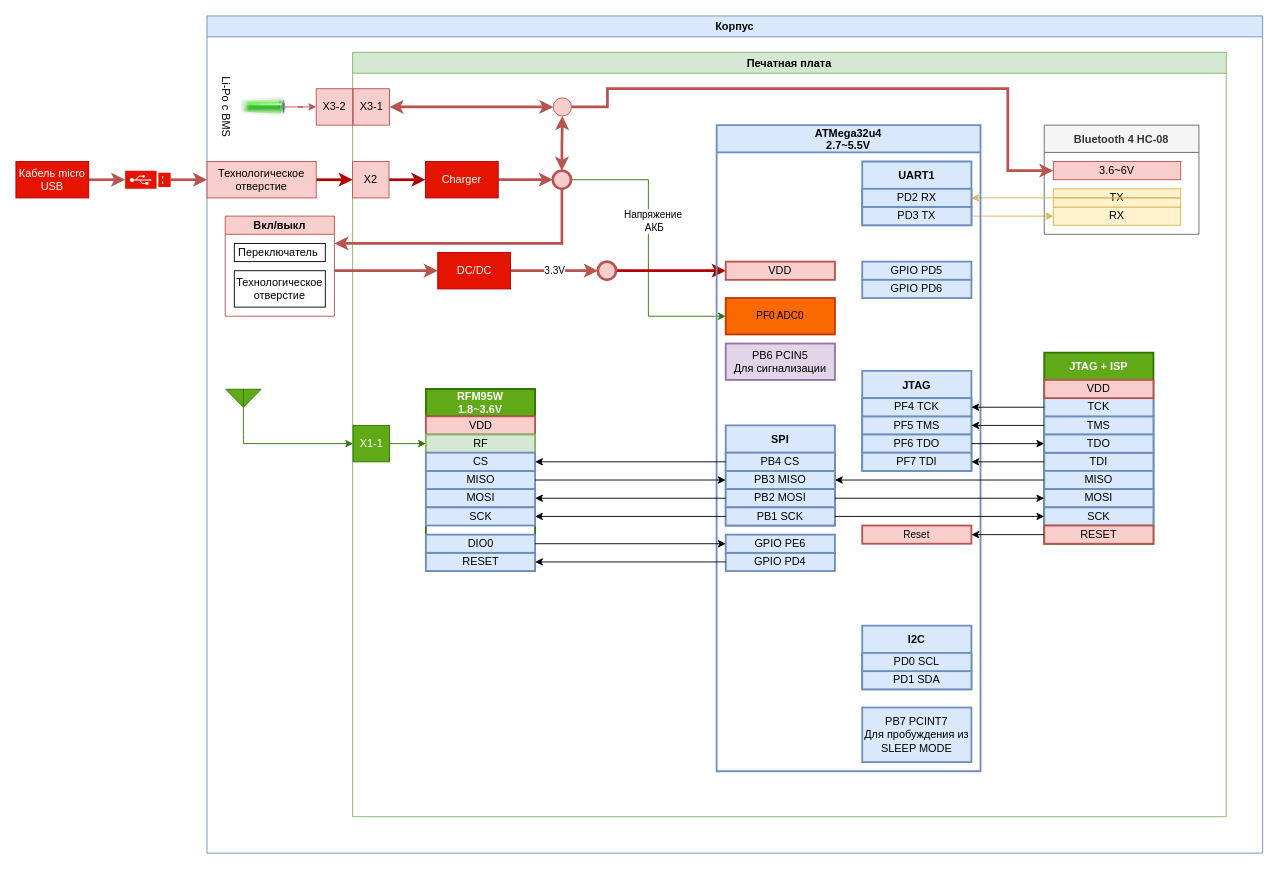
The draw.io diagram doc/Структурная схема Peggy Receiver.drawio in Kvenecusghost/Peggy, before the edit. Source tidied: cells renumbered, new cells numbered last; positions are measured from the earlier drawing's top-left corner, leaving out a move shared by most shapes. Both pictures are drawn from the tidied source at 91%, with x=0, y=0 at pixel (15, 15).
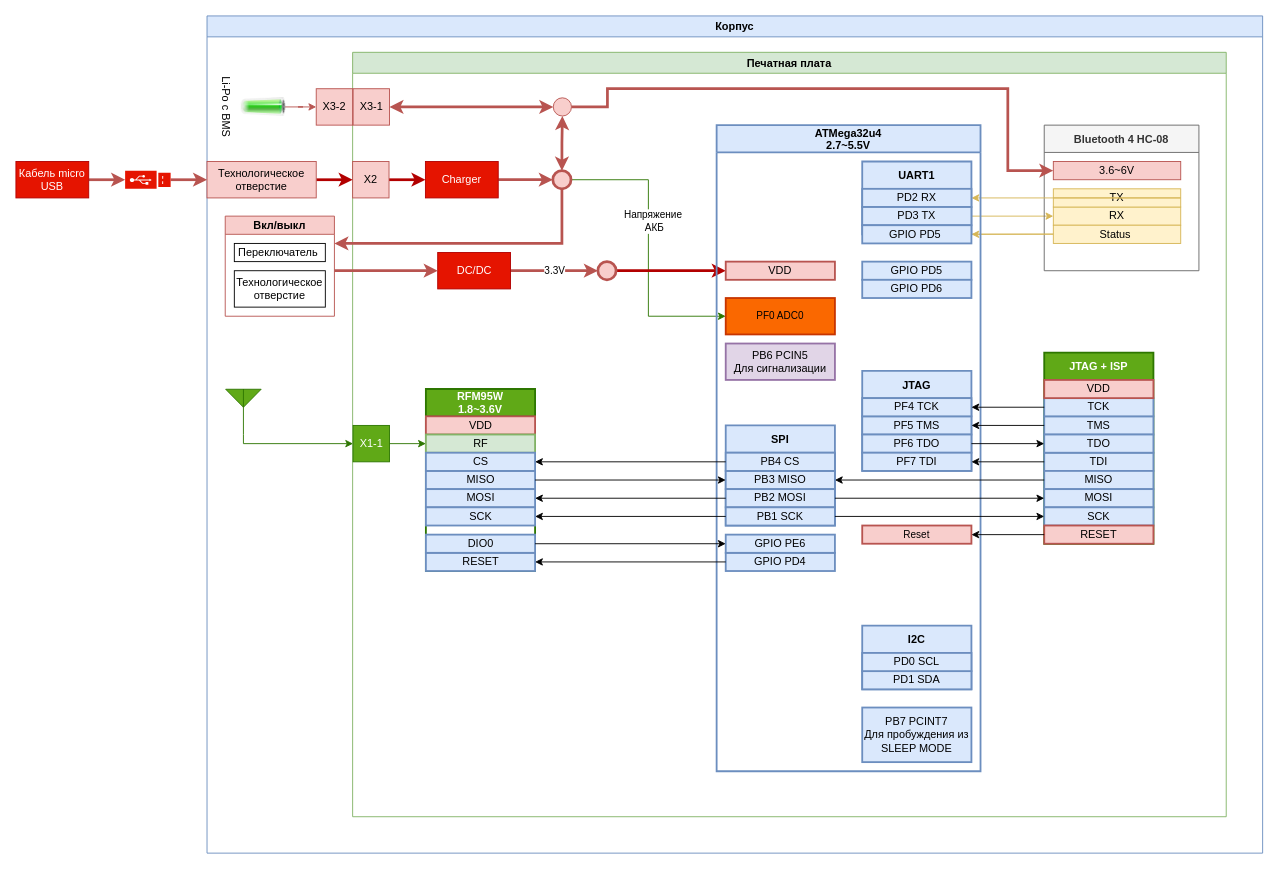
Above is the later version.

The change refers to these unchanged cells:
```xml
<mxCell id="3" value="Печатная плата" style="swimlane;fillColor=#d5e8d4;strokeColor=#82b366;strokeWidth=1;" parent="2" vertex="1">
  <mxGeometry x="160" y="40" width="960" height="840" as="geometry" />
</mxCell>
<mxCell id="27" value="ATMega32u4&#10;2.7~5.5V" style="swimlane;startSize=30;fillColor=#dae8fc;strokeColor=#6c8ebf;strokeWidth=2;" parent="3" vertex="1">
  <mxGeometry x="400" y="80" width="290" height="710" as="geometry" />
</mxCell>
```

Change to the diagram source:
```diff
@@
     <mxCell id="13" value="Bluetooth 4 HC-08" style="swimlane;strokeWidth=1;fillColor=#f5f5f5;strokeColor=#666666;startSize=30;fontColor=#333333;" parent="3" vertex="1">
-      <mxGeometry x="760" y="80" width="170" height="120" as="geometry" />
+      <mxGeometry x="760" y="80" width="170" height="160" as="geometry" />
     </mxCell>
@@
+    <mxCell id="102" value="Status&amp;nbsp;" style="rounded=0;whiteSpace=wrap;html=1;strokeWidth=1;fillColor=#fff2cc;strokeColor=#d6b656;" parent="13" vertex="1">
+      <mxGeometry x="10" y="110" width="140" height="20" as="geometry" />
+    </mxCell>
+    <mxCell id="103" style="edgeStyle=orthogonalEdgeStyle;rounded=0;jettySize=auto;html=1;exitX=0;exitY=0.5;exitDx=0;exitDy=0;strokeWidth=1;fillColor=#fff2cc;strokeColor=#d6b656;entryX=1;entryY=0.5;entryDx=0;entryDy=0;" parent="13" edge="1" target="104">
+      <mxGeometry relative="1" as="geometry">
+        <mxPoint x="-130" y="119.8" as="sourcePoint" />
+        <Array as="points">
+          <mxPoint x="10" y="120" />
+        </Array>
+      </mxGeometry>
+    </mxCell>
@@
     <mxCell id="28" value="UART1" style="swimlane;startSize=30;fillColor=#dae8fc;strokeColor=#6c8ebf;strokeWidth=2;" parent="27" vertex="1">
-      <mxGeometry x="160" y="40" width="120" height="70" as="geometry" />
+      <mxGeometry x="160" y="40" width="120" height="80" as="geometry" />
     </mxCell>
@@
+    <mxCell id="104" value="GPIO PD5&amp;nbsp;" style="rounded=0;whiteSpace=wrap;html=1;strokeWidth=2;fillColor=#dae8fc;strokeColor=#6c8ebf;" parent="1" vertex="1">
+      <mxGeometry x="930" y="230" width="120" height="20" as="geometry" />
+    </mxCell>
```
